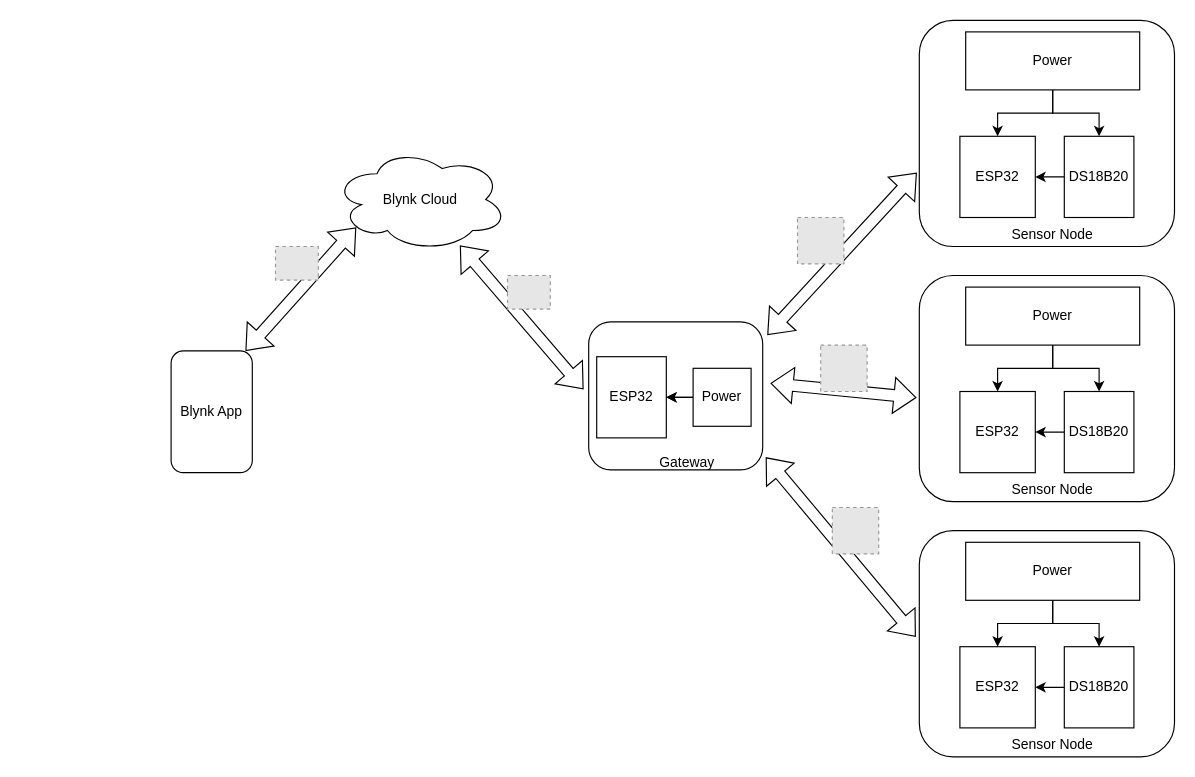
anAddictiveLou/symStun keeps this draw.io diagram as WSN-prj.drawio. Above is the earlier version. Source tidied: cells renumbered, new cells numbered last; positions are measured from the earlier drawing's top-left corner, leaving out a move shared by most shapes. Both pictures are drawn from the tidied source at 116%, with x=0, y=0 at pixel (171, 20). Pictures stored in the file or linked from it are replaced by grey dashed boxes.
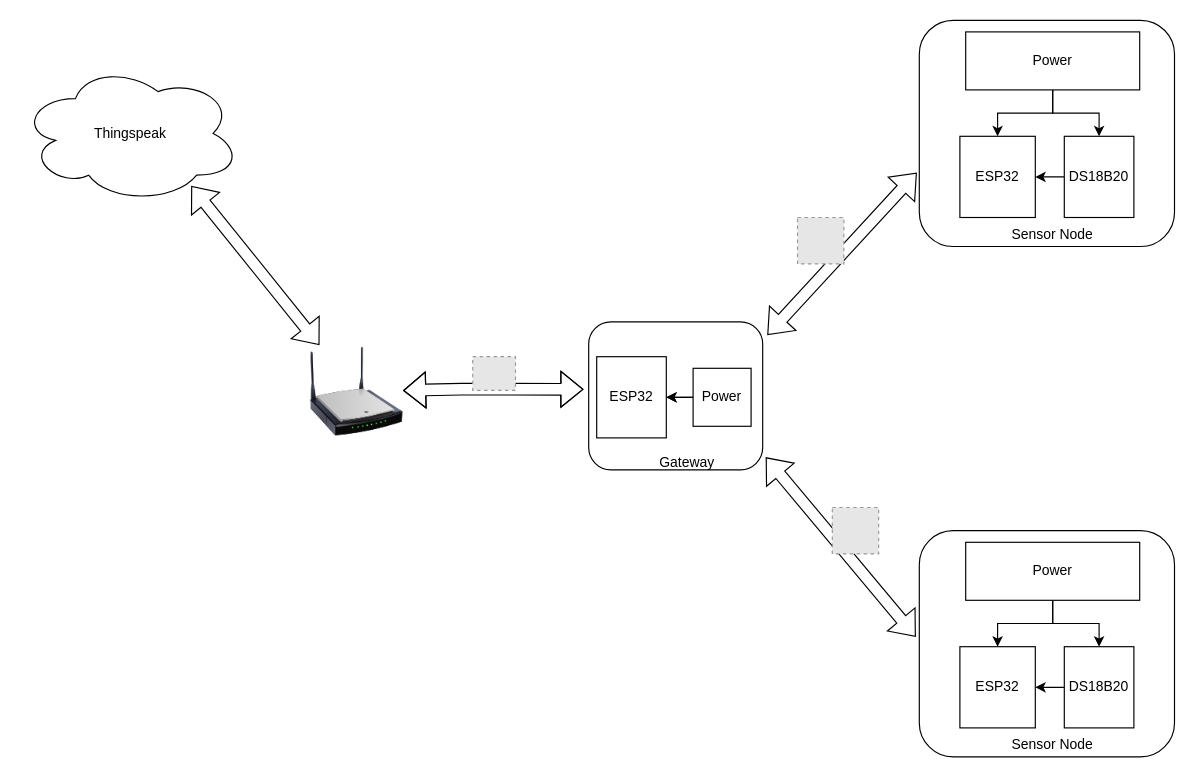
Above is the later version.

The change refers to these unchanged cells:
```xml
<mxCell id="29" value="&lt;br&gt;&lt;br&gt;&lt;br&gt;&lt;br&gt;&lt;br&gt;&lt;br&gt;&lt;br&gt;&lt;br&gt;&lt;span style=&quot;white-space: pre;&quot;&gt; &lt;/span&gt;&amp;nbsp; &amp;nbsp;&lt;span style=&quot;white-space: pre;&quot;&gt; &lt;/span&gt;&lt;span style=&quot;white-space: pre;&quot;&gt; &lt;/span&gt;Gateway" style="rounded=1;whiteSpace=wrap;html=1;" parent="1" vertex="1">
  <mxGeometry x="360" y="260" width="150" height="127.5" as="geometry" />
</mxCell>
```

What changed in the source:
```diff
@@
-    <mxCell id="5" style="shape=flexArrow;endArrow=classic;startArrow=classic;html=1;rounded=0;exitX=1.045;exitY=0.415;exitDx=0;exitDy=0;exitPerimeter=0;entryX=-0.011;entryY=0.54;entryDx=0;entryDy=0;entryPerimeter=0;" parent="1" edge="1" source="29" target="15">
-      <mxGeometry relative="1" as="geometry" />
-    </mxCell>
@@
-    <mxCell id="7" style="shape=flexArrow;endArrow=classic;startArrow=classic;html=1;rounded=0;entryX=-0.03;entryY=0.456;entryDx=0;entryDy=0;entryPerimeter=0;" parent="1" edge="1" source="8" target="29">
-      <mxGeometry relative="1" as="geometry" />
+    <mxCell id="7" style="shape=flexArrow;endArrow=classic;startArrow=classic;html=1;rounded=0;entryX=-0.03;entryY=0.456;entryDx=0;entryDy=0;entryPerimeter=0;" parent="1" edge="1" source="40" target="29">
+      <mxGeometry relative="1" as="geometry">
+        <Array as="points">
+          <mxPoint x="250" y="318" />
+        </Array>
+      </mxGeometry>
     </mxCell>
-    <mxCell id="8" value="Blynk Cloud" style="ellipse;shape=cloud;whiteSpace=wrap;html=1;" parent="1" vertex="1">
-      <mxGeometry x="140" y="110" width="150" height="89" as="geometry" />
-    </mxCell>
     <mxCell id="9" style="fillColor=#E6E6E6;strokeColor=#999999;dashed=1;verticalLabelPosition=bottom;labelBackgroundColor=default;verticalAlign=top;rotation=0;" parent="1" vertex="1">
-      <mxGeometry x="290" y="220" width="36.9" height="29" as="geometry" />
+      <mxGeometry x="260" y="290" width="36.9" height="29" as="geometry" />
     </mxCell>
@@
-    <mxCell id="15" value="&lt;br&gt;&lt;br&gt;&lt;br&gt;&lt;br&gt;&lt;br&gt;&lt;br&gt;&lt;br&gt;&lt;br&gt;&lt;br&gt;&lt;br&gt;&lt;br&gt;&lt;span style=&quot;white-space: pre;&quot;&gt; &lt;/span&gt;&lt;span style=&quot;white-space: pre;&quot;&gt; &lt;/span&gt;&lt;br&gt;&lt;span style=&quot;white-space: pre;&quot;&gt; &lt;/span&gt;&lt;span style=&quot;white-space: pre;&quot;&gt; &lt;/span&gt;&lt;span style=&quot;white-space: pre;&quot;&gt; &lt;/span&gt;Sensor Node" style="rounded=1;whiteSpace=wrap;html=1;" parent="1" vertex="1">
-      <mxGeometry x="645" y="220" width="220" height="195" as="geometry" />
-    </mxCell>
-    <mxCell id="16" value="ESP32" style="rounded=0;whiteSpace=wrap;html=1;" parent="1" vertex="1">
-      <mxGeometry x="680" y="320" width="65" height="70" as="geometry" />
-    </mxCell>
-    <mxCell id="17" style="edgeStyle=orthogonalEdgeStyle;rounded=0;jettySize=auto;html=1;entryX=1;entryY=0.5;entryDx=0;entryDy=0;" parent="1" edge="1" source="18" target="16">
-      <mxGeometry relative="1" as="geometry" />
-    </mxCell>
-    <mxCell id="18" value="DS18B20" style="rounded=0;whiteSpace=wrap;html=1;" parent="1" vertex="1">
-      <mxGeometry x="770" y="320" width="60" height="70" as="geometry" />
-    </mxCell>
-    <mxCell id="19" style="edgeStyle=orthogonalEdgeStyle;rounded=0;jettySize=auto;html=1;" parent="1" edge="1" source="21" target="18">
-      <mxGeometry relative="1" as="geometry" />
-    </mxCell>
-    <mxCell id="20" style="edgeStyle=orthogonalEdgeStyle;rounded=0;jettySize=auto;html=1;entryX=0.5;entryY=0;entryDx=0;entryDy=0;" parent="1" edge="1" source="21" target="16">
-      <mxGeometry relative="1" as="geometry" />
-    </mxCell>
-    <mxCell id="21" value="Power" style="rounded=0;whiteSpace=wrap;html=1;" parent="1" vertex="1">
-      <mxGeometry x="685" y="230" width="150" height="50" as="geometry" />
-    </mxCell>
@@
-    <mxCell id="34" value="Blynk App" style="rounded=1;whiteSpace=wrap;html=1;" parent="1" vertex="1">
-      <mxGeometry y="285" width="70" height="105" as="geometry" />
-    </mxCell>
-    <mxCell id="35" style="shape=flexArrow;endArrow=classic;startArrow=classic;html=1;rounded=0;entryX=0.917;entryY=0;entryDx=0;entryDy=0;entryPerimeter=0;exitX=0.13;exitY=0.77;exitDx=0;exitDy=0;exitPerimeter=0;" parent="1" edge="1" source="8" target="34">
-      <mxGeometry relative="1" as="geometry" />
-    </mxCell>
-    <mxCell id="36" style="fillColor=#E6E6E6;strokeColor=#999999;dashed=1;verticalLabelPosition=bottom;labelBackgroundColor=default;verticalAlign=top;rotation=0;" parent="1" vertex="1">
-      <mxGeometry x="90" y="195" width="36.9" height="29" as="geometry" />
-    </mxCell>
@@
-    <mxCell id="38" style="fillColor=#E6E6E6;strokeColor=#999999;dashed=1;verticalLabelPosition=bottom;labelBackgroundColor=default;verticalAlign=top;" parent="1" vertex="1">
-      <mxGeometry x="560" y="280" width="40" height="40" as="geometry" />
-    </mxCell>
@@
+    <mxCell id="40" style="image;html=1;image=img/lib/clip_art/networking/Wireless_Router_N_128x128.png;" parent="1" vertex="1">
+      <mxGeometry x="120" y="280" width="80" height="80" as="geometry" />
+    </mxCell>
+    <mxCell id="41" value="Thingspeak" style="ellipse;shape=cloud;whiteSpace=wrap;html=1;" parent="1" vertex="1">
+      <mxGeometry x="-130" y="37.5" width="190" height="120" as="geometry" />
+    </mxCell>
+    <mxCell id="42" style="shape=flexArrow;endArrow=classic;startArrow=classic;html=1;rounded=0;exitX=0.776;exitY=0.878;exitDx=0;exitDy=0;exitPerimeter=0;" parent="1" edge="1" source="41" target="40">
+      <mxGeometry relative="1" as="geometry" />
+    </mxCell>
```
